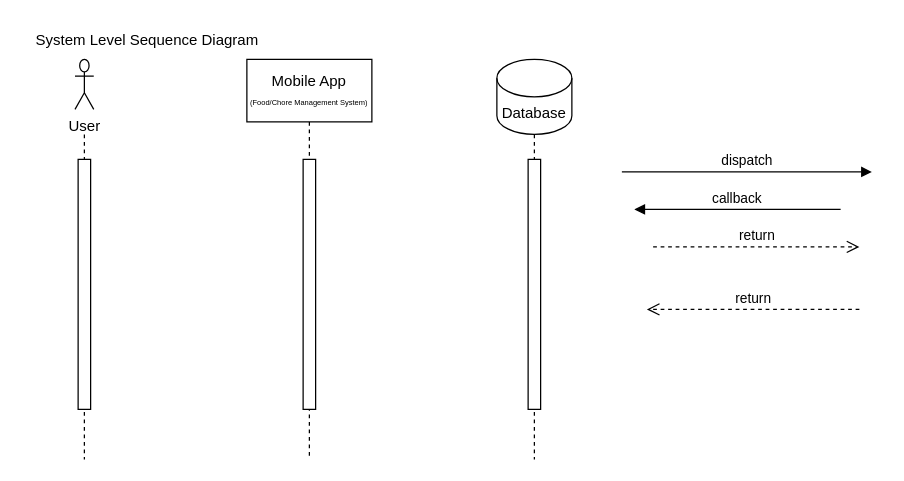
The draw.io diagram page "System Level Sequence Diagram" (1 of 3) of Final Project/sequence.drawio in k-wtamu/CIDM6330, before the edit. Source tidied: cells renumbered, new cells numbered last; positions are measured from the earlier drawing's top-left corner, leaving out a move shared by most shapes. Both pictures are drawn from the tidied source at 125%, with x=0, y=0 at pixel (21, 21).
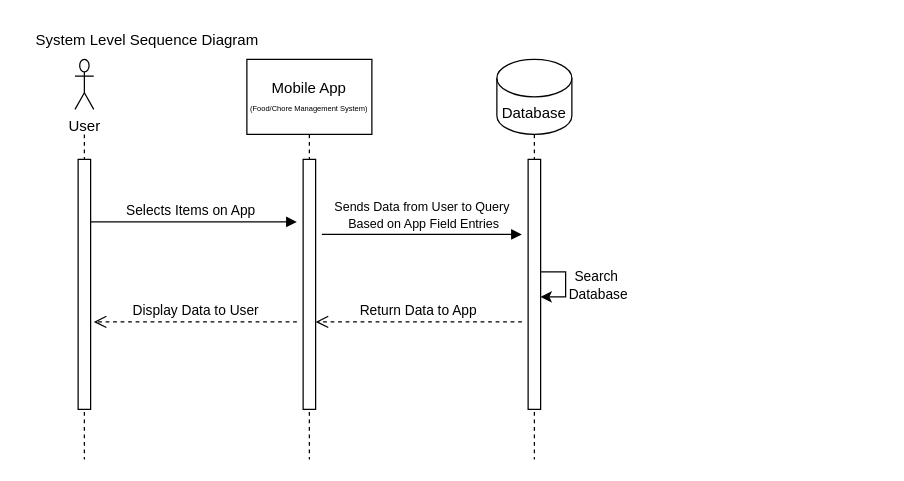
After the change.

Unchanged cells that the change refers to:
```xml
<mxCell id="3" style="html=1;points=[];perimeter=orthogonalPerimeter;outlineConnect=0;targetShapes=umlLifeline;portConstraint=eastwest;newEdgeStyle={&quot;edgeStyle&quot;:&quot;elbowEdgeStyle&quot;,&quot;elbow&quot;:&quot;vertical&quot;,&quot;curved&quot;:0,&quot;rounded&quot;:0};" parent="2" vertex="1">
  <mxGeometry x="45" y="80" width="10" height="200" as="geometry" />
</mxCell>
<mxCell id="4" style="shape=umlLifeline;perimeter=lifelinePerimeter;whiteSpace=wrap;html=1;newEdgeStyle={&quot;edgeStyle&quot;:&quot;elbowEdgeStyle&quot;,&quot;elbow&quot;:&quot;vertical&quot;,&quot;curved&quot;:0,&quot;rounded&quot;:0};size=0;" parent="1" vertex="1">
  <mxGeometry x="360" y="90" width="100" height="260" as="geometry" />
</mxCell>
<mxCell id="5" style="html=1;points=[];perimeter=orthogonalPerimeter;outlineConnect=0;targetShapes=umlLifeline;portConstraint=eastwest;newEdgeStyle={&quot;edgeStyle&quot;:&quot;elbowEdgeStyle&quot;,&quot;elbow&quot;:&quot;vertical&quot;,&quot;curved&quot;:0,&quot;rounded&quot;:0};" parent="4" vertex="1">
  <mxGeometry x="45" y="20" width="10" height="200" as="geometry" />
</mxCell>
```

What changed in the source:
```diff
@@
-    <mxCell id="2" value="Mobile App&lt;div&gt;&lt;font style=&quot;font-size: 6px;&quot;&gt;(Food/Chore Management System)&lt;/font&gt;&lt;/div&gt;" style="shape=umlLifeline;perimeter=lifelinePerimeter;whiteSpace=wrap;html=1;newEdgeStyle={&quot;edgeStyle&quot;:&quot;elbowEdgeStyle&quot;,&quot;elbow&quot;:&quot;vertical&quot;,&quot;curved&quot;:0,&quot;rounded&quot;:0};size=50;" parent="1" vertex="1">
+    <mxCell id="2" value="Mobile App&lt;div&gt;&lt;font style=&quot;font-size: 6px;&quot;&gt;(Food/Chore Management System)&lt;/font&gt;&lt;/div&gt;" style="shape=umlLifeline;perimeter=lifelinePerimeter;whiteSpace=wrap;html=1;newEdgeStyle={&quot;edgeStyle&quot;:&quot;elbowEdgeStyle&quot;,&quot;elbow&quot;:&quot;vertical&quot;,&quot;curved&quot;:0,&quot;rounded&quot;:0};size=60;" parent="1" vertex="1">
       <mxGeometry x="180" y="30" width="100" height="320" as="geometry" />
     </mxCell>
@@
+    <mxCell id="15" style="edgeStyle=elbowEdgeStyle;rounded=0;orthogonalLoop=1;jettySize=auto;html=1;elbow=vertical;curved=0;" parent="4" edge="1" source="5" target="5">
+      <mxGeometry relative="1" as="geometry" />
+    </mxCell>
+    <mxCell id="16" value="Search&amp;nbsp;&lt;div&gt;Database&lt;/div&gt;" style="edgeLabel;html=1;align=center;verticalAlign=middle;" parent="15" vertex="1">
+      <mxGeometry x="-0.01" relative="1" as="geometry">
+        <mxPoint x="25" as="offset" />
+      </mxGeometry>
+    </mxCell>
-    <mxCell id="6" value="dispatch" style="html=1;verticalAlign=bottom;endArrow=block;edgeStyle=elbowEdgeStyle;elbow=vertical;curved=0;rounded=0;" parent="1" edge="1">
+    <mxCell id="6" value="Selects Items on App" style="html=1;verticalAlign=bottom;endArrow=block;edgeStyle=elbowEdgeStyle;elbow=vertical;curved=0;rounded=0;" parent="1" edge="1">
       <mxGeometry relative="1" as="geometry">
-        <mxPoint x="480" y="120" as="sourcePoint" />
-        <mxPoint x="680" y="120" as="targetPoint" />
+        <mxPoint x="50" y="160" as="sourcePoint" />
+        <mxPoint x="220" y="160" as="targetPoint" />
         <Array as="points">
-          <mxPoint x="565" y="120" />
+          <mxPoint x="135" y="160" />
         </Array>
       </mxGeometry>
     </mxCell>
-    <mxCell id="7" value="return" style="html=1;verticalAlign=bottom;endArrow=open;dashed=1;endSize=8;edgeStyle=elbowEdgeStyle;elbow=vertical;curved=0;rounded=0;" parent="1" edge="1">
+    <mxCell id="7" value="Return Data to App" style="html=1;verticalAlign=bottom;endArrow=open;dashed=1;endSize=8;edgeStyle=elbowEdgeStyle;elbow=vertical;curved=0;rounded=0;" parent="1" edge="1" target="3">
       <mxGeometry relative="1" as="geometry">
-        <mxPoint x="670" y="230" as="sourcePoint" />
-        <mxPoint x="500" y="230" as="targetPoint" />
+        <mxPoint x="400" y="240" as="sourcePoint" />
         <Array as="points">
-          <mxPoint x="595" y="230" />
+          <mxPoint x="335" y="240" />
         </Array>
       </mxGeometry>
     </mxCell>
-    <mxCell id="8" value="callback" style="html=1;verticalAlign=bottom;endArrow=block;edgeStyle=elbowEdgeStyle;elbow=vertical;curved=0;rounded=0;" parent="1" edge="1">
-      <mxGeometry relative="1" as="geometry">
-        <mxPoint x="655" y="150" as="sourcePoint" />
-        <mxPoint x="490" y="150" as="targetPoint" />
-        <Array as="points">
-          <mxPoint x="580" y="150" />
-        </Array>
-      </mxGeometry>
-    </mxCell>
-    <mxCell id="9" value="return" style="html=1;verticalAlign=bottom;endArrow=open;dashed=1;endSize=8;edgeStyle=elbowEdgeStyle;elbow=vertical;curved=0;rounded=0;" parent="1" edge="1">
-      <mxGeometry relative="1" as="geometry">
-        <mxPoint x="505" y="180" as="sourcePoint" />
-        <mxPoint x="670" y="180" as="targetPoint" />
-        <Array as="points">
-          <mxPoint x="585" y="180" />
-        </Array>
-      </mxGeometry>
-    </mxCell>
@@
+    <mxCell id="17" value="&lt;font style=&quot;font-size: 10px;&quot;&gt;Sends Data from User to Query&lt;/font&gt;&lt;div&gt;&lt;font style=&quot;font-size: 10px;&quot;&gt;&amp;nbsp;Based on App Field Entries&lt;/font&gt;&lt;/div&gt;" style="html=1;verticalAlign=bottom;endArrow=block;edgeStyle=elbowEdgeStyle;elbow=vertical;curved=0;rounded=0;" parent="1" edge="1">
+      <mxGeometry relative="1" as="geometry">
+        <mxPoint x="240" y="170" as="sourcePoint" />
+        <mxPoint x="400" y="170" as="targetPoint" />
+        <Array as="points">
+          <mxPoint x="315" y="170" />
+        </Array>
+      </mxGeometry>
+    </mxCell>
+    <mxCell id="18" value="Display Data to User" style="html=1;verticalAlign=bottom;endArrow=open;dashed=1;endSize=8;edgeStyle=elbowEdgeStyle;elbow=vertical;curved=0;rounded=0;" parent="1" edge="1">
+      <mxGeometry relative="1" as="geometry">
+        <mxPoint x="220" y="240" as="sourcePoint" />
+        <mxPoint x="57.5" y="240" as="targetPoint" />
+        <Array as="points">
+          <mxPoint x="152.5" y="240" />
+        </Array>
+      </mxGeometry>
+    </mxCell>
```
